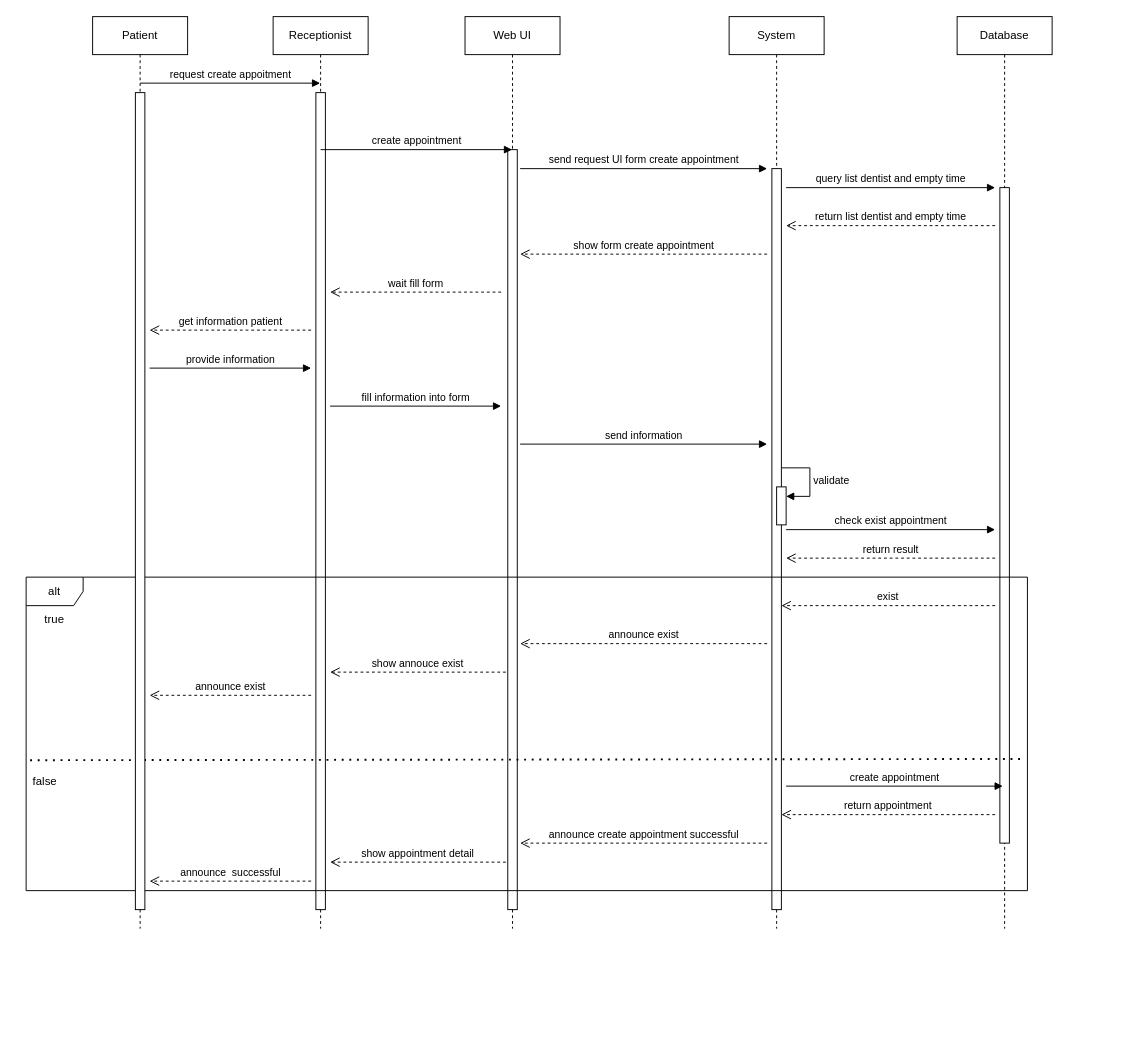
The draw.io diagram page "Sequence tạo lịch hẹn" (5 of 25) of project.drawio in Quang-1310/Quang-ENG-KS24A, before the edit. Source tidied: cells renumbered, new cells numbered last; positions are measured from the earlier drawing's top-left corner, leaving out a move shared by most shapes. Both pictures are drawn from the tidied source at 95%, with x=0, y=0 at pixel (16, 16).
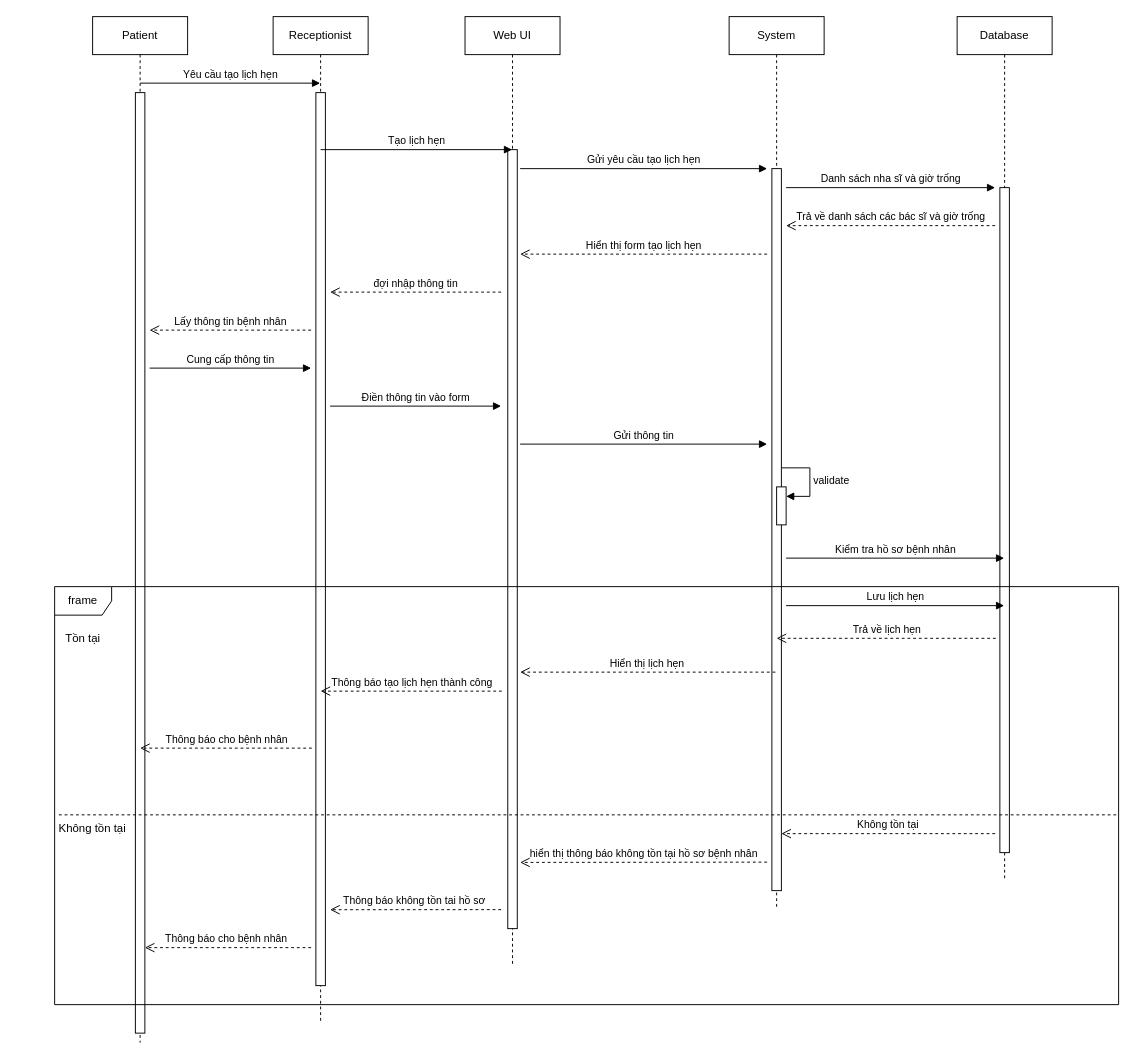
After the change.

Diff of the diagram source:
```diff
@@
     <mxCell id="2" value="Receptionist" style="shape=umlLifeline;perimeter=lifelinePerimeter;whiteSpace=wrap;html=1;outlineConnect=0;portConstraint=eastwest;newEdgeStyle={&quot;curved&quot;:0,&quot;rounded&quot;:0};" parent="1" vertex="1">
-      <mxGeometry x="270" width="100" height="960" as="geometry" />
+      <mxGeometry x="270" width="100" height="1060" as="geometry" />
     </mxCell>
     <mxCell id="3" style="html=1;points=[[0,0,0,0,5],[0,1,0,0,-5],[1,0,0,0,5],[1,1,0,0,-5]];perimeter=orthogonalPerimeter;outlineConnect=0;targetShapes=umlLifeline;portConstraint=eastwest;newEdgeStyle={&quot;curved&quot;:0,&quot;rounded&quot;:0};" parent="2" vertex="1">
-      <mxGeometry x="45" y="80" width="10" height="860" as="geometry" />
+      <mxGeometry x="45" y="80" width="10" height="940" as="geometry" />
     </mxCell>
     <mxCell id="4" value="Web UI" style="shape=umlLifeline;perimeter=lifelinePerimeter;whiteSpace=wrap;html=1;outlineConnect=0;portConstraint=eastwest;newEdgeStyle={&quot;curved&quot;:0,&quot;rounded&quot;:0};" parent="1" vertex="1">
-      <mxGeometry x="472" width="100" height="960" as="geometry" />
+      <mxGeometry x="472" width="100" height="1000" as="geometry" />
     </mxCell>
     <mxCell id="5" style="html=1;points=[[0,0,0,0,5],[0,1,0,0,-5],[1,0,0,0,5],[1,1,0,0,-5]];perimeter=orthogonalPerimeter;outlineConnect=0;targetShapes=umlLifeline;portConstraint=eastwest;newEdgeStyle={&quot;curved&quot;:0,&quot;rounded&quot;:0};" parent="4" vertex="1">
-      <mxGeometry x="45" y="140" width="10" height="800" as="geometry" />
+      <mxGeometry x="45" y="140" width="10" height="820" as="geometry" />
     </mxCell>
     <mxCell id="6" value="System" style="shape=umlLifeline;perimeter=lifelinePerimeter;whiteSpace=wrap;html=1;newEdgeStyle={&quot;curved&quot;:0,&quot;rounded&quot;:0};" parent="1" vertex="1">
-      <mxGeometry x="750" width="100" height="960" as="geometry" />
+      <mxGeometry x="750" width="100" height="940" as="geometry" />
     </mxCell>
     <mxCell id="7" style="html=1;points=[[0,0,0,0,5],[0,1,0,0,-5],[1,0,0,0,5],[1,1,0,0,-5]];perimeter=orthogonalPerimeter;outlineConnect=0;targetShapes=umlLifeline;portConstraint=eastwest;newEdgeStyle={&quot;curved&quot;:0,&quot;rounded&quot;:0};" parent="6" vertex="1">
-      <mxGeometry x="45" y="160" width="10" height="780" as="geometry" />
+      <mxGeometry x="45" y="160" width="10" height="760" as="geometry" />
     </mxCell>
@@
     <mxCell id="10" value="Database" style="shape=umlLifeline;perimeter=lifelinePerimeter;whiteSpace=wrap;html=1;outlineConnect=0;portConstraint=eastwest;newEdgeStyle={&quot;curved&quot;:0,&quot;rounded&quot;:0};" parent="1" vertex="1">
-      <mxGeometry x="990" width="100" height="960" as="geometry" />
+      <mxGeometry x="990" width="100" height="910" as="geometry" />
     </mxCell>
     <mxCell id="11" style="html=1;perimeter=orthogonalPerimeter;targetShapes=umlLifeline;newEdgeStyle={&quot;curved&quot;:0,&quot;rounded&quot;:0};" parent="10" vertex="1">
-      <mxGeometry x="45" y="180" width="10" height="690" as="geometry" />
+      <mxGeometry x="45" y="180" width="10" height="700" as="geometry" />
     </mxCell>
-    <mxCell id="12" value="create appointment" style="html=1;verticalAlign=bottom;endArrow=block;curved=0;rounded=0;" parent="1" edge="1" target="4">
+    <mxCell id="12" value="Tạo lịch hẹn" style="html=1;verticalAlign=bottom;endArrow=block;curved=0;rounded=0;" parent="1" edge="1" target="4">
       <mxGeometry relative="1" as="geometry">
         <mxPoint x="320" y="140" as="sourcePoint" />
       </mxGeometry>
     </mxCell>
-    <mxCell id="13" value="send request UI form create appointment" style="html=1;verticalAlign=bottom;endArrow=block;curved=0;rounded=0;" parent="1" edge="1">
+    <mxCell id="13" value="Gửi yêu cầu tạo lịch hẹn" style="html=1;verticalAlign=bottom;endArrow=block;curved=0;rounded=0;" parent="1" edge="1">
       <mxGeometry relative="1" as="geometry">
         <mxPoint x="530" y="160" as="sourcePoint" />
         <mxPoint x="790" y="160" as="targetPoint" />
       </mxGeometry>
     </mxCell>
-    <mxCell id="14" value="query list dentist and empty time" style="html=1;verticalAlign=bottom;endArrow=block;curved=0;rounded=0;" parent="1" edge="1">
+    <mxCell id="14" value="Danh sách nha sĩ và giờ trống" style="html=1;verticalAlign=bottom;endArrow=block;curved=0;rounded=0;" parent="1" edge="1">
       <mxGeometry relative="1" as="geometry">
         <mxPoint x="810" y="180" as="sourcePoint" />
         <mxPoint x="1030" y="180" as="targetPoint" />
       </mxGeometry>
     </mxCell>
-    <mxCell id="15" value="return list dentist and empty time" style="html=1;verticalAlign=bottom;endArrow=open;dashed=1;endSize=8;curved=0;rounded=0;" parent="1" edge="1">
+    <mxCell id="15" value="Trả về danh sách các bác sĩ và giờ trống" style="html=1;verticalAlign=bottom;endArrow=open;dashed=1;endSize=8;curved=0;rounded=0;" parent="1" edge="1">
       <mxGeometry relative="1" as="geometry">
         <mxPoint x="1030" y="220" as="sourcePoint" />
         <mxPoint x="810" y="220" as="targetPoint" />
       </mxGeometry>
     </mxCell>
-    <mxCell id="16" value="show form create appointment" style="html=1;verticalAlign=bottom;endArrow=open;dashed=1;endSize=8;curved=0;rounded=0;" parent="1" edge="1">
+    <mxCell id="16" value="Hiển thị form tạo lịch hẹn" style="html=1;verticalAlign=bottom;endArrow=open;dashed=1;endSize=8;curved=0;rounded=0;" parent="1" edge="1">
       <mxGeometry relative="1" as="geometry">
         <mxPoint x="790" y="250" as="sourcePoint" />
         <mxPoint x="530" y="250" as="targetPoint" />
       </mxGeometry>
     </mxCell>
-    <mxCell id="17" value="fill information into form" style="html=1;verticalAlign=bottom;endArrow=block;curved=0;rounded=0;" parent="1" edge="1">
+    <mxCell id="17" value="Điền thông tin vào form" style="html=1;verticalAlign=bottom;endArrow=block;curved=0;rounded=0;" parent="1" edge="1">
       <mxGeometry relative="1" as="geometry">
         <mxPoint x="330" y="410" as="sourcePoint" />
         <mxPoint x="510" y="410" as="targetPoint" />
       </mxGeometry>
     </mxCell>
-    <mxCell id="18" value="send information" style="html=1;verticalAlign=bottom;endArrow=block;curved=0;rounded=0;" parent="1" edge="1">
+    <mxCell id="18" value="Gửi thông tin" style="html=1;verticalAlign=bottom;endArrow=block;curved=0;rounded=0;" parent="1" edge="1">
       <mxGeometry relative="1" as="geometry">
         <mxPoint x="530" y="450" as="sourcePoint" />
         <mxPoint x="790" y="450" as="targetPoint" />
       </mxGeometry>
     </mxCell>
-    <mxCell id="19" value="check exist appointment" style="html=1;verticalAlign=bottom;endArrow=block;curved=0;rounded=0;" parent="1" edge="1">
-      <mxGeometry relative="1" as="geometry">
-        <mxPoint x="810" y="540" as="sourcePoint" />
-        <mxPoint x="1030" y="540" as="targetPoint" />
-      </mxGeometry>
-    </mxCell>
-    <mxCell id="20" value="alt" style="shape=umlFrame;whiteSpace=wrap;html=1;" parent="1" vertex="1">
-      <mxGeometry x="10" y="590" width="1054" height="330" as="geometry" />
-    </mxCell>
-    <mxCell id="21" style="endArrow=none;dashed=1;html=1;dashPattern=1 3;strokeWidth=2;rounded=0;exitX=0.004;exitY=0.584;exitDx=0;exitDy=0;exitPerimeter=0;entryX=0.997;entryY=0.58;entryDx=0;entryDy=0;entryPerimeter=0;" parent="1" edge="1" source="20" target="20">
-      <mxGeometry relative="1" as="geometry" />
-    </mxCell>
-    <mxCell id="22" value="return result" style="html=1;verticalAlign=bottom;endArrow=open;dashed=1;endSize=8;curved=0;rounded=0;" parent="1" edge="1">
-      <mxGeometry relative="1" as="geometry">
-        <mxPoint x="1030" y="570" as="sourcePoint" />
-        <mxPoint x="810" y="570" as="targetPoint" />
-      </mxGeometry>
-    </mxCell>
-    <mxCell id="23" value="true" style="text;html=1;whiteSpace=wrap;strokeColor=none;fillColor=none;align=center;verticalAlign=middle;rounded=0;" parent="1" vertex="1">
-      <mxGeometry x="10" y="620" width="60" height="30" as="geometry" />
-    </mxCell>
-    <mxCell id="24" value="false" style="text;html=1;whiteSpace=wrap;strokeColor=none;fillColor=none;align=center;verticalAlign=middle;rounded=0;" parent="1" vertex="1">
-      <mxGeometry y="790" width="60" height="30" as="geometry" />
-    </mxCell>
-    <mxCell id="25" value="announce exist" style="html=1;verticalAlign=bottom;endArrow=open;dashed=1;endSize=8;curved=0;rounded=0;" parent="1" edge="1">
-      <mxGeometry relative="1" as="geometry">
-        <mxPoint x="790" y="660" as="sourcePoint" />
-        <mxPoint x="530" y="660" as="targetPoint" />
-      </mxGeometry>
-    </mxCell>
-    <mxCell id="26" value="announce create appointment successful" style="html=1;verticalAlign=bottom;endArrow=open;dashed=1;endSize=8;curved=0;rounded=0;" parent="1" edge="1">
-      <mxGeometry relative="1" as="geometry">
-        <mxPoint x="790" y="870" as="sourcePoint" />
-        <mxPoint x="530" y="870" as="targetPoint" />
-        <Array as="points">
-          <mxPoint x="670" y="870" />
-        </Array>
-      </mxGeometry>
-    </mxCell>
-    <mxCell id="27" value="create appointment" style="html=1;verticalAlign=bottom;endArrow=block;curved=0;rounded=0;" parent="1" edge="1">
-      <mxGeometry relative="1" as="geometry">
-        <mxPoint x="810" y="810" as="sourcePoint" />
-        <mxPoint x="1038" y="810" as="targetPoint" />
-      </mxGeometry>
-    </mxCell>
-    <mxCell id="28" value="show annouce exist" style="html=1;verticalAlign=bottom;endArrow=open;dashed=1;endSize=8;curved=0;rounded=0;" parent="1" edge="1">
-      <mxGeometry relative="1" as="geometry">
-        <mxPoint x="515" y="690" as="sourcePoint" />
-        <mxPoint x="330" y="690" as="targetPoint" />
-      </mxGeometry>
-    </mxCell>
-    <mxCell id="29" value="show appointment detail" style="html=1;verticalAlign=bottom;endArrow=open;dashed=1;endSize=8;curved=0;rounded=0;" parent="1" edge="1">
-      <mxGeometry relative="1" as="geometry">
-        <mxPoint x="515" y="890" as="sourcePoint" />
-        <mxPoint x="330" y="890" as="targetPoint" />
-      </mxGeometry>
-    </mxCell>
     <mxCell id="30" value="Patient" style="shape=umlLifeline;perimeter=lifelinePerimeter;whiteSpace=wrap;html=1;newEdgeStyle={&quot;curved&quot;:0,&quot;rounded&quot;:0};" parent="1" vertex="1">
-      <mxGeometry x="80" width="100" height="960" as="geometry" />
+      <mxGeometry x="80" width="100" height="1080" as="geometry" />
     </mxCell>
     <mxCell id="31" style="html=1;points=[[0,0,0,0,5],[0,1,0,0,-5],[1,0,0,0,5],[1,1,0,0,-5]];perimeter=orthogonalPerimeter;outlineConnect=0;targetShapes=umlLifeline;portConstraint=eastwest;newEdgeStyle={&quot;curved&quot;:0,&quot;rounded&quot;:0};" parent="30" vertex="1">
-      <mxGeometry x="45" y="80" width="10" height="860" as="geometry" />
+      <mxGeometry x="45" y="80" width="10" height="990" as="geometry" />
     </mxCell>
-    <mxCell id="32" value="request create appoitment" style="html=1;verticalAlign=bottom;endArrow=block;curved=0;rounded=0;" parent="1" edge="1" target="2">
+    <mxCell id="32" value="Yêu cầu tạo lịch hẹn" style="html=1;verticalAlign=bottom;endArrow=block;curved=0;rounded=0;" parent="1" edge="1" target="2">
       <mxGeometry relative="1" as="geometry">
         <mxPoint x="130" y="70" as="sourcePoint" />
       </mxGeometry>
     </mxCell>
-    <mxCell id="33" value="get information patient" style="html=1;verticalAlign=bottom;endArrow=open;dashed=1;endSize=8;curved=0;rounded=0;" parent="1" edge="1">
+    <mxCell id="33" value="Lấy thông tin bệnh nhân" style="html=1;verticalAlign=bottom;endArrow=open;dashed=1;endSize=8;curved=0;rounded=0;" parent="1" edge="1">
       <mxGeometry relative="1" as="geometry">
         <mxPoint x="310" y="330" as="sourcePoint" />
         <mxPoint x="140" y="330" as="targetPoint" />
       </mxGeometry>
     </mxCell>
-    <mxCell id="34" value="provide information" style="html=1;verticalAlign=bottom;endArrow=block;curved=0;rounded=0;" parent="1" edge="1">
+    <mxCell id="34" value="Cung cấp thông tin" style="html=1;verticalAlign=bottom;endArrow=block;curved=0;rounded=0;" parent="1" edge="1">
       <mxGeometry relative="1" as="geometry">
         <mxPoint x="140" y="370" as="sourcePoint" />
         <mxPoint x="310" y="370" as="targetPoint" />
       </mxGeometry>
     </mxCell>
-    <mxCell id="35" value="announce exist" style="html=1;verticalAlign=bottom;endArrow=open;dashed=1;endSize=8;curved=0;rounded=0;" parent="1" edge="1">
-      <mxGeometry relative="1" as="geometry">
-        <mxPoint x="310" y="714.4" as="sourcePoint" />
-        <mxPoint x="140" y="714.4" as="targetPoint" />
-      </mxGeometry>
-    </mxCell>
-    <mxCell id="36" value="announce&amp;nbsp; successful" style="html=1;verticalAlign=bottom;endArrow=open;dashed=1;endSize=8;curved=0;rounded=0;" parent="1" edge="1">
-      <mxGeometry relative="1" as="geometry">
-        <mxPoint x="310" y="910" as="sourcePoint" />
-        <mxPoint x="140" y="910" as="targetPoint" />
-      </mxGeometry>
-    </mxCell>
-    <mxCell id="37" value="wait fill form" style="html=1;verticalAlign=bottom;endArrow=open;dashed=1;endSize=8;curved=0;rounded=0;" parent="1" edge="1">
+    <mxCell id="37" value="đợi nhập thông tin" style="html=1;verticalAlign=bottom;endArrow=open;dashed=1;endSize=8;curved=0;rounded=0;" parent="1" edge="1">
       <mxGeometry relative="1" as="geometry">
         <mxPoint x="510" y="290" as="sourcePoint" />
         <mxPoint x="330" y="290" as="targetPoint" />
         <Array as="points">
           <mxPoint x="490" y="290" />
         </Array>
       </mxGeometry>
     </mxCell>
-    <mxCell id="38" value="exist" style="html=1;verticalAlign=bottom;endArrow=open;dashed=1;endSize=8;curved=0;rounded=0;" parent="1" edge="1" target="7">
-      <mxGeometry relative="1" as="geometry">
-        <mxPoint x="1030" y="620" as="sourcePoint" />
-      </mxGeometry>
-    </mxCell>
-    <mxCell id="39" value="return appointment" style="html=1;verticalAlign=bottom;endArrow=open;dashed=1;endSize=8;curved=0;rounded=0;" parent="1" edge="1" target="7">
-      <mxGeometry relative="1" as="geometry">
-        <mxPoint x="1030" y="840" as="sourcePoint" />
-      </mxGeometry>
-    </mxCell>
+    <mxCell id="40" value="Lưu lịch hẹn" style="html=1;verticalAlign=bottom;endArrow=block;curved=0;rounded=0;" parent="1" edge="1">
+      <mxGeometry relative="1" as="geometry">
+        <mxPoint x="810" y="620" as="sourcePoint" />
+        <mxPoint x="1039.5" y="620" as="targetPoint" />
+      </mxGeometry>
+    </mxCell>
+    <mxCell id="41" value="Trả về lịch hẹn" style="html=1;verticalAlign=bottom;endArrow=open;dashed=1;endSize=8;curved=0;rounded=0;" parent="1" edge="1">
+      <mxGeometry relative="1" as="geometry">
+        <mxPoint x="1030.7" y="654.4" as="sourcePoint" />
+        <mxPoint x="800" y="654.4" as="targetPoint" />
+      </mxGeometry>
+    </mxCell>
+    <mxCell id="42" value="Hiển thị lịch hẹn&amp;nbsp;" style="html=1;verticalAlign=bottom;endArrow=open;dashed=1;endSize=8;curved=0;rounded=0;" parent="1" edge="1">
+      <mxGeometry relative="1" as="geometry">
+        <mxPoint x="798.7" y="690" as="sourcePoint" />
+        <mxPoint x="530" y="690" as="targetPoint" />
+      </mxGeometry>
+    </mxCell>
+    <mxCell id="43" value="Thông báo tạo lịch hẹn thành công" style="html=1;verticalAlign=bottom;endArrow=open;dashed=1;endSize=8;curved=0;rounded=0;" parent="1" edge="1">
+      <mxGeometry relative="1" as="geometry">
+        <mxPoint x="510.7" y="710" as="sourcePoint" />
+        <mxPoint x="320" y="710" as="targetPoint" />
+      </mxGeometry>
+    </mxCell>
+    <mxCell id="44" value="Thông báo cho bệnh nhân" style="html=1;verticalAlign=bottom;endArrow=open;dashed=1;endSize=8;curved=0;rounded=0;" parent="1" edge="1">
+      <mxGeometry relative="1" as="geometry">
+        <mxPoint x="310.7" y="770" as="sourcePoint" />
+        <mxPoint x="130" y="770" as="targetPoint" />
+      </mxGeometry>
+    </mxCell>
+    <mxCell id="45" value="frame" style="shape=umlFrame;whiteSpace=wrap;html=1;" parent="1" vertex="1">
+      <mxGeometry x="40" y="600" width="1120" height="440" as="geometry" />
+    </mxCell>
+    <mxCell id="46" value="Kiểm tra hồ sơ bệnh nhân" style="html=1;verticalAlign=bottom;endArrow=block;curved=0;rounded=0;" parent="1" edge="1" target="10">
+      <mxGeometry relative="1" as="geometry">
+        <mxPoint x="810" y="570" as="sourcePoint" />
+      </mxGeometry>
+    </mxCell>
+    <mxCell id="47" value="Tồn tại" style="text;html=1;whiteSpace=wrap;strokeColor=none;fillColor=none;align=center;verticalAlign=middle;rounded=0;" parent="1" vertex="1">
+      <mxGeometry x="40" y="640" width="60" height="30" as="geometry" />
+    </mxCell>
+    <mxCell id="48" style="endArrow=none;dashed=1;html=1;rounded=0;exitX=0.004;exitY=0.546;exitDx=0;exitDy=0;exitPerimeter=0;entryX=0.999;entryY=0.546;entryDx=0;entryDy=0;entryPerimeter=0;" parent="1" edge="1" source="45" target="45">
+      <mxGeometry relative="1" as="geometry" />
+    </mxCell>
+    <mxCell id="49" value="Không tồn tại" style="text;html=1;whiteSpace=wrap;strokeColor=none;fillColor=none;align=center;verticalAlign=middle;rounded=0;" parent="1" vertex="1">
+      <mxGeometry x="40" y="840" width="80" height="30" as="geometry" />
+    </mxCell>
+    <mxCell id="50" value="Không tồn tại" style="html=1;verticalAlign=bottom;endArrow=open;dashed=1;endSize=8;curved=0;rounded=0;" parent="1" edge="1" target="7">
+      <mxGeometry relative="1" as="geometry">
+        <mxPoint x="1030" y="860" as="sourcePoint" />
+      </mxGeometry>
+    </mxCell>
+    <mxCell id="51" value="hiển thị thông báo không tồn tại hồ sơ bệnh nhân" style="html=1;verticalAlign=bottom;endArrow=open;dashed=1;endSize=8;curved=0;rounded=0;entryX=1.3;entryY=0.915;entryDx=0;entryDy=0;entryPerimeter=0;" parent="1" edge="1" target="5">
+      <mxGeometry relative="1" as="geometry">
+        <mxPoint x="790" y="890" as="sourcePoint" />
+      </mxGeometry>
+    </mxCell>
+    <mxCell id="52" value="Thông báo không tồn tai hồ sơ&amp;nbsp;" style="html=1;verticalAlign=bottom;endArrow=open;dashed=1;endSize=8;curved=0;rounded=0;entryX=1.5;entryY=0.915;entryDx=0;entryDy=0;entryPerimeter=0;" parent="1" edge="1" target="3">
+      <mxGeometry relative="1" as="geometry">
+        <mxPoint x="510" y="940" as="sourcePoint" />
+      </mxGeometry>
+    </mxCell>
+    <mxCell id="53" value="Thông báo cho bệnh nhân&amp;nbsp;" style="html=1;verticalAlign=bottom;endArrow=open;dashed=1;endSize=8;curved=0;rounded=0;" parent="1" edge="1" target="31">
+      <mxGeometry relative="1" as="geometry">
+        <mxPoint x="310" y="980" as="sourcePoint" />
+      </mxGeometry>
+    </mxCell>
```
